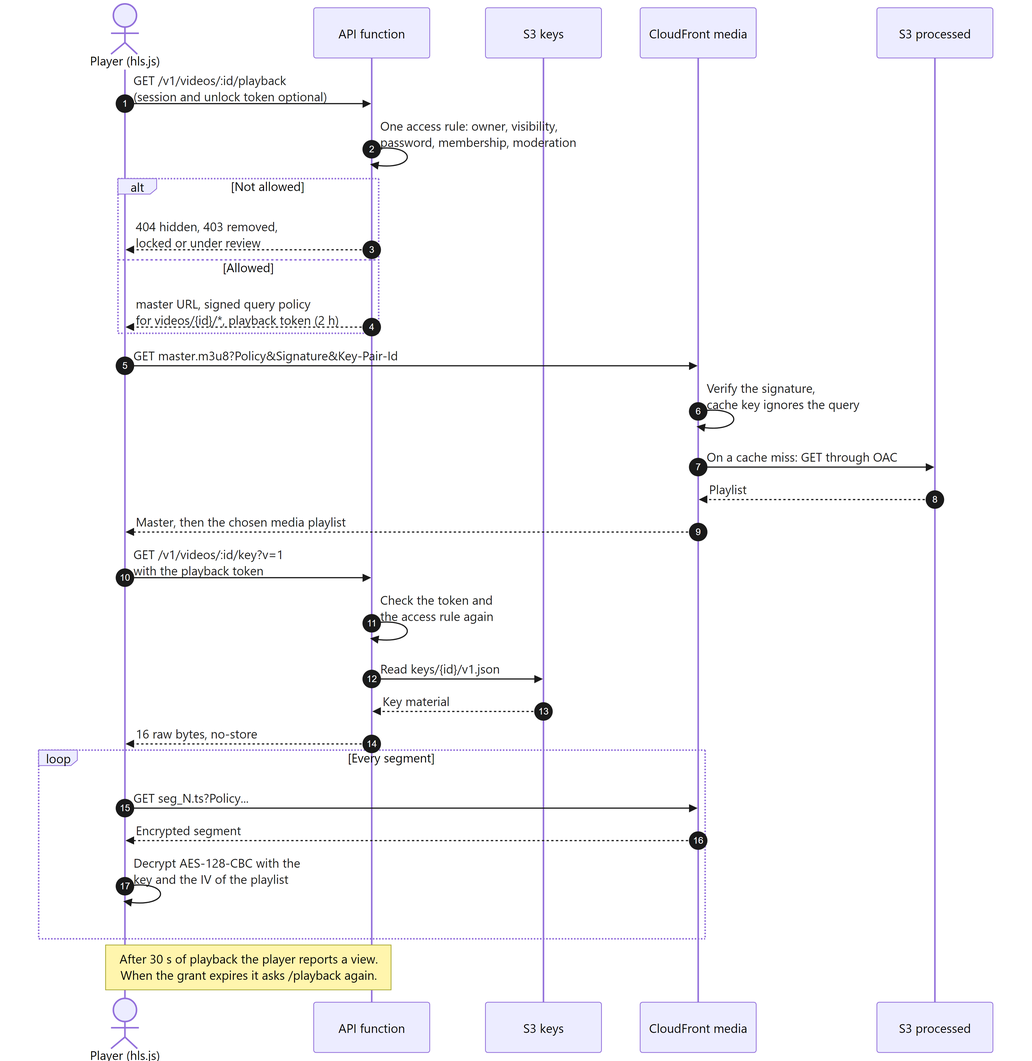
Before: report/images/17-playback-sequence.png, a diagram exported from Mermaid (DinhQuocCuong28664/DACNTT_VideoStreaming). Its source is kept beside it as docs/diagrams/src/17-playback-sequence.mmd.
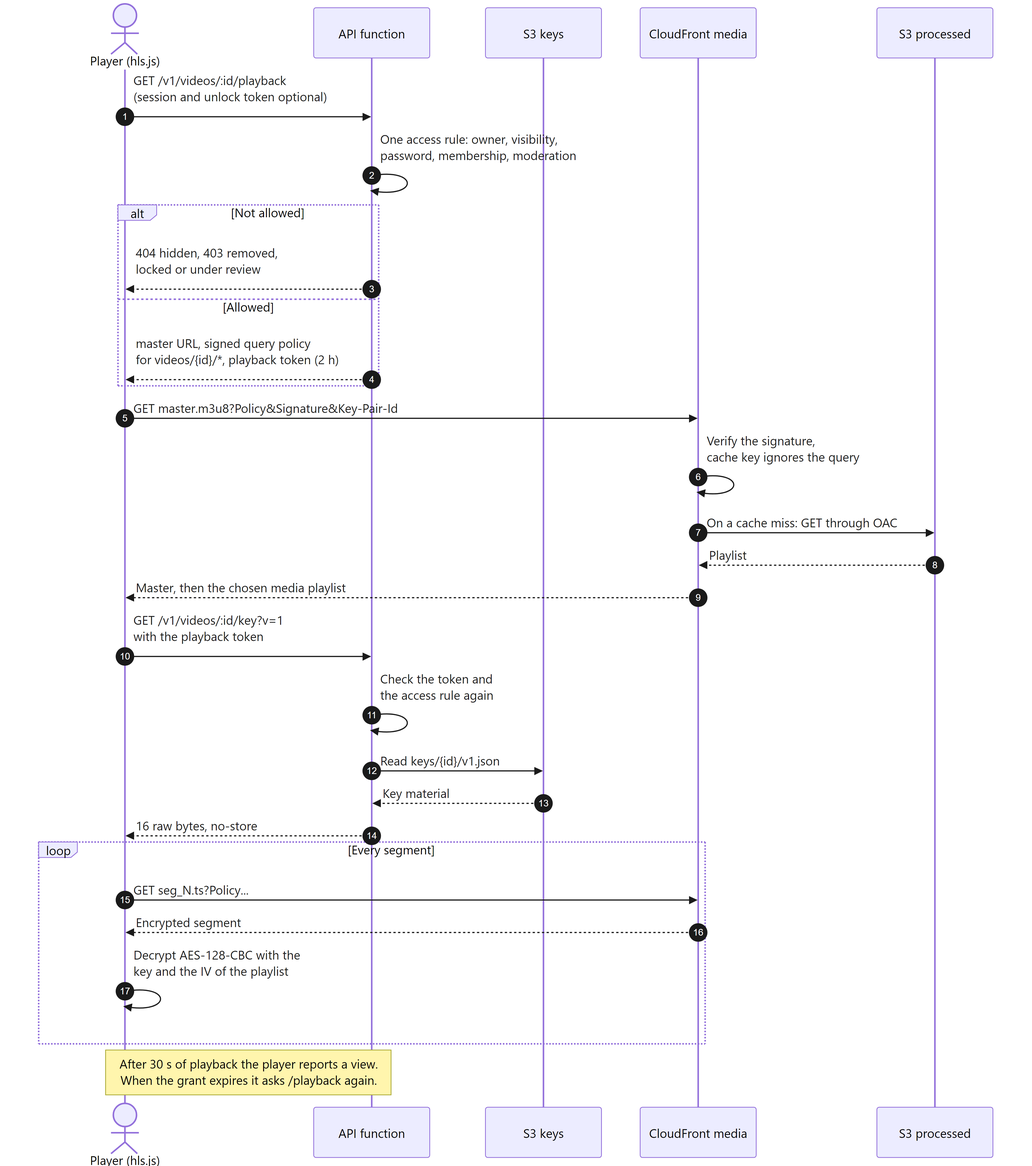
After the change.

Commit message:
docs(report): fix path breaks, ragged table columns and sequence label overlaps

What changed in the source:
```diff
@@ -6,22 +6,22 @@
     participant CF as CloudFront media
     participant S3 as S3 processed
 
-    Viewer->>API: GET /v1/videos/:id/playback<br/>(session and unlock token optional)
-    API->>API: One access rule: owner, visibility,<br/>password, membership, moderation
+    Viewer->>API: GET /v1/videos/:id/playback<br/>(session and unlock token optional)<br/>#nbsp;
+    API->>API: One access rule: owner, visibility,<br/>password, membership, moderation<br/>#nbsp;
     alt Not allowed
-        API-->>Viewer: 404 hidden, 403 removed,<br/>locked or under review
+        API-->>Viewer: 404 hidden, 403 removed,<br/>locked or under review<br/>#nbsp;
     else Allowed
-        API-->>Viewer: master URL, signed query policy<br/>for videos/{id}/*, playback token (2 h)
+        API-->>Viewer: master URL, signed query policy<br/>for videos/{id}/*, playback token (2 h)<br/>#nbsp;
     end
 
     Viewer->>CF: GET master.m3u8?Policy&Signature&Key-Pair-Id
-    CF->>CF: Verify the signature,<br/>cache key ignores the query
+    CF->>CF: Verify the signature,<br/>cache key ignores the query<br/>#nbsp;
     CF->>S3: On a cache miss: GET through OAC
     S3-->>CF: Playlist
     CF-->>Viewer: Master, then the chosen media playlist
 
-    Viewer->>API: GET /v1/videos/:id/key?v=1<br/>with the playback token
-    API->>API: Check the token and<br/>the access rule again
+    Viewer->>API: GET /v1/videos/:id/key?v=1<br/>with the playback token<br/>#nbsp;
+    API->>API: Check the token and<br/>the access rule again<br/>#nbsp;
     API->>KEYS: Read keys/{id}/v1.json
     KEYS-->>API: Key material
     API-->>Viewer: 16 raw bytes, no-store
@@ -29,6 +29,6 @@
     loop Every segment
         Viewer->>CF: GET seg_N.ts?Policy...
         CF-->>Viewer: Encrypted segment
-        Viewer->>Viewer: Decrypt AES-128-CBC with the<br/>key and the IV of the playlist
+        Viewer->>Viewer: Decrypt AES-128-CBC with the<br/>key and the IV of the playlist<br/>#nbsp;
     end
     Note over Viewer,API: After 30 s of playback the player reports a view.<br/>When the grant expires it asks /playback again.
```
